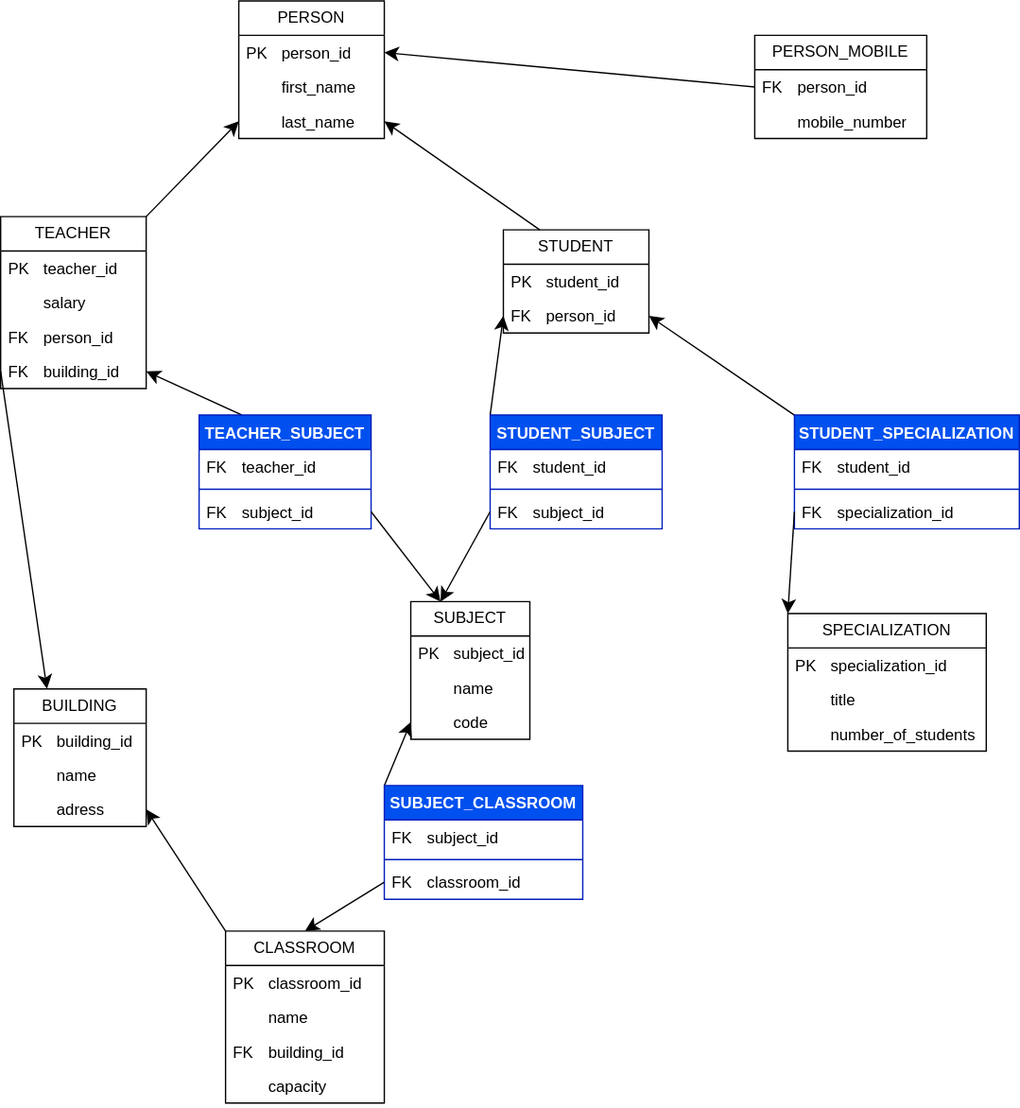
Before: NPRG036-T3G1-HW4/model/relational.svg, a diagram exported from draw.io (Reblexis/datove-formaty). Source tidied: cells renumbered, new cells last; positions are measured from the earlier drawing's top-left corner, leaving out a move shared by most shapes.
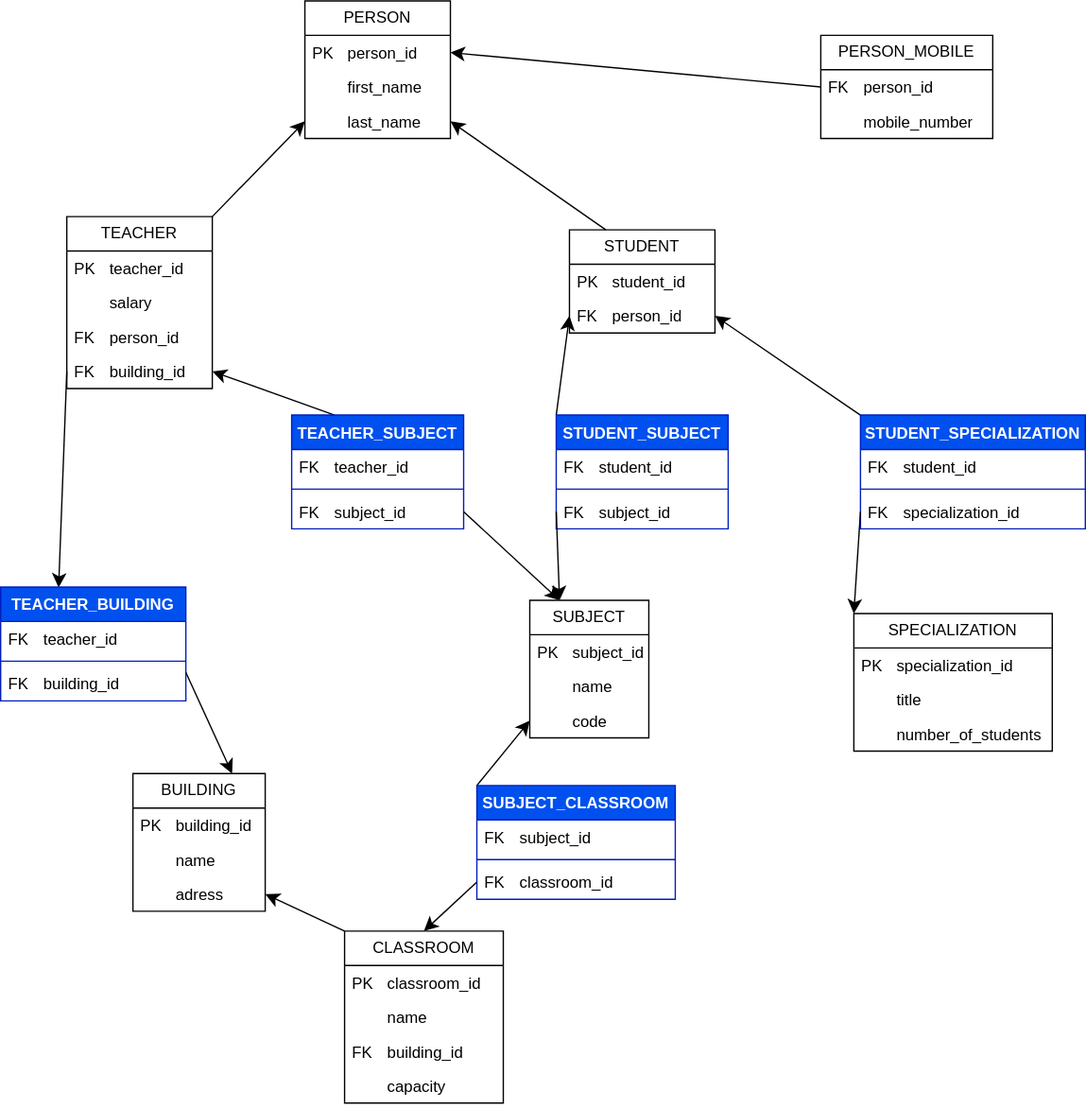
After the commit.

Commit message:
uprava modelu

The edit, as a diff of the source:
```diff
@@ -48,7 +48,7 @@
       <mxGeometry y="78" width="110" height="26" as="geometry" />
     </mxCell>
     <mxCell id="17" value="SUBJECT" style="swimlane;fontStyle=0;horizontal=1;startSize=26;fillColor=none;whiteSpace=wrap;html=1;" parent="1" vertex="1">
-      <mxGeometry x="310" y="454" width="90" height="104" as="geometry" />
+      <mxGeometry x="350" y="453" width="90" height="104" as="geometry" />
     </mxCell>
     <mxCell id="18" value="PK&lt;span style=&quot;white-space: pre;&quot;&gt;&#9;&lt;/span&gt;subject_id" style="text;strokeColor=none;fillColor=none;align=left;verticalAlign=top;spacingLeft=4;spacingRight=4;overflow=hidden;whiteSpace=wrap;html=1;" parent="17" vertex="1">
       <mxGeometry y="26" width="90" height="26" as="geometry" />
@@ -69,7 +69,7 @@
       <mxGeometry y="52" width="130" height="26" as="geometry" />
     </mxCell>
     <mxCell id="24" value="BUILDING" style="swimlane;fontStyle=0;horizontal=1;startSize=26;fillColor=none;whiteSpace=wrap;html=1;" parent="1" vertex="1">
-      <mxGeometry x="10" y="520" width="100" height="104" as="geometry" />
+      <mxGeometry x="50" y="584" width="100" height="104" as="geometry" />
     </mxCell>
     <mxCell id="25" value="PK&lt;span style=&quot;white-space: pre;&quot;&gt;&#9;&lt;/span&gt;building_id" style="text;strokeColor=none;fillColor=none;align=left;verticalAlign=top;spacingLeft=4;spacingRight=4;overflow=hidden;whiteSpace=wrap;html=1;" parent="24" vertex="1">
       <mxGeometry y="26" width="100" height="26" as="geometry" />
@@ -96,7 +96,7 @@
       <mxGeometry relative="1" as="geometry" />
     </mxCell>
     <mxCell id="33" value="CLASSROOM" style="swimlane;fontStyle=0;horizontal=1;startSize=26;fillColor=none;whiteSpace=wrap;html=1;" parent="1" vertex="1">
-      <mxGeometry x="170" y="703" width="120" height="130" as="geometry" />
+      <mxGeometry x="210" y="703" width="120" height="130" as="geometry" />
     </mxCell>
     <mxCell id="34" value="PK&lt;span style=&quot;white-space: pre;&quot;&gt;&#9;&lt;/span&gt;classroom_id" style="text;strokeColor=none;fillColor=none;align=left;verticalAlign=top;spacingLeft=4;spacingRight=4;overflow=hidden;whiteSpace=wrap;html=1;" parent="33" vertex="1">
       <mxGeometry y="26" width="120" height="26" as="geometry" />
@@ -129,7 +129,7 @@
       <mxGeometry relative="1" as="geometry" />
     </mxCell>
     <mxCell id="44" value="TEACHER_SUBJECT" style="swimlane;fontStyle=1;align=center;verticalAlign=top;horizontal=1;startSize=26;whiteSpace=wrap;html=1;fillColor=#0050ef;fontColor=#ffffff;strokeColor=#001DBC;" parent="1" vertex="1">
-      <mxGeometry x="150" y="313" width="130" height="86" as="geometry" />
+      <mxGeometry x="170" y="313" width="130" height="86" as="geometry" />
     </mxCell>
     <mxCell id="45" value="FK&lt;span style=&quot;white-space: pre;&quot;&gt;&#9;&lt;/span&gt;teacher_id" style="text;strokeColor=none;fillColor=none;align=left;verticalAlign=top;spacingLeft=4;spacingRight=4;overflow=hidden;whiteSpace=wrap;html=1;" parent="44" vertex="1">
       <mxGeometry y="26" width="130" height="26" as="geometry" />
@@ -144,7 +144,7 @@
       <mxGeometry relative="1" as="geometry" />
     </mxCell>
     <mxCell id="49" value="SUBJECT_CLASSROOM" style="swimlane;fontStyle=1;align=center;verticalAlign=top;horizontal=1;startSize=26;whiteSpace=wrap;html=1;fillColor=#0050ef;fontColor=#ffffff;strokeColor=#001DBC;" parent="1" vertex="1">
-      <mxGeometry x="290" y="593" width="150" height="86" as="geometry" />
+      <mxGeometry x="310" y="593" width="150" height="86" as="geometry" />
     </mxCell>
     <mxCell id="50" value="FK&lt;span style=&quot;white-space: pre;&quot;&gt;&#9;&lt;/span&gt;subject_id" style="text;strokeColor=none;fillColor=none;align=left;verticalAlign=top;spacingLeft=4;spacingRight=4;overflow=hidden;whiteSpace=wrap;html=1;" parent="49" vertex="1">
       <mxGeometry y="26" width="150" height="26" as="geometry" />
@@ -185,8 +185,26 @@
     <mxCell id="62" style="edgeStyle=none;curved=1;rounded=0;jettySize=auto;html=1;exitX=0;exitY=0.5;exitDx=0;exitDy=0;entryX=0.5;entryY=0;entryDx=0;entryDy=0;fontSize=12;startSize=8;endSize=8;" parent="1" edge="1" source="52" target="33">
       <mxGeometry relative="1" as="geometry" />
     </mxCell>
-    <mxCell id="63" style="edgeStyle=none;curved=1;rounded=0;jettySize=auto;html=1;exitX=0;exitY=0.5;exitDx=0;exitDy=0;entryX=0.25;entryY=0;entryDx=0;entryDy=0;fontSize=12;startSize=8;endSize=8;" parent="1" edge="1" source="7" target="24">
+    <mxCell id="63" style="edgeStyle=none;curved=1;rounded=0;jettySize=auto;html=1;exitX=0;exitY=0.5;exitDx=0;exitDy=0;entryX=0.313;entryY=0.005;entryDx=0;entryDy=0;fontSize=12;startSize=8;endSize=8;entryPerimeter=0;" parent="1" edge="1" source="7" target="64">
       <mxGeometry relative="1" as="geometry" />
     </mxCell>
+    <mxCell id="64" value="TEACHER_BUILDING" style="swimlane;fontStyle=1;align=center;verticalAlign=top;horizontal=1;startSize=26;whiteSpace=wrap;html=1;fillColor=#0050ef;fontColor=#ffffff;strokeColor=#001DBC;" parent="1" vertex="1">
+      <mxGeometry x="-50" y="443" width="140" height="86" as="geometry" />
+    </mxCell>
+    <mxCell id="65" value="FK&amp;nbsp;&lt;span style=&quot;white-space: pre;&quot;&gt;&#9;&lt;/span&gt;teacher_id" style="text;strokeColor=none;fillColor=none;align=left;verticalAlign=top;spacingLeft=4;spacingRight=4;overflow=hidden;points=[[0,0.5],[1,0.5]];portConstraint=eastwest;whiteSpace=wrap;html=1;" parent="64" vertex="1">
+      <mxGeometry y="26" width="140" height="26" as="geometry" />
+    </mxCell>
+    <mxCell id="66" style="line;strokeWidth=1;fillColor=none;align=left;verticalAlign=middle;spacingTop=-1;spacingLeft=3;spacingRight=3;labelPosition=right;strokeColor=inherit;" parent="64" vertex="1">
+      <mxGeometry y="52" width="140" height="8" as="geometry" />
+    </mxCell>
+    <mxCell id="67" value="FK&amp;nbsp;&lt;span style=&quot;white-space: pre;&quot;&gt;&#9;&lt;/span&gt;building_id" style="text;strokeColor=none;fillColor=none;align=left;verticalAlign=top;spacingLeft=4;spacingRight=4;overflow=hidden;whiteSpace=wrap;html=1;" parent="64" vertex="1">
+      <mxGeometry y="60" width="140" height="26" as="geometry" />
+    </mxCell>
+    <mxCell id="68" style="edgeStyle=orthogonalEdgeStyle;rounded=0;orthogonalLoop=1;jettySize=auto;html=1;exitX=1;exitY=0.5;exitDx=0;exitDy=0;" parent="64" edge="1" source="65" target="65">
+      <mxGeometry relative="1" as="geometry" />
+    </mxCell>
+    <mxCell id="69" style="edgeStyle=none;curved=1;rounded=0;jettySize=auto;html=1;exitX=1;exitY=0.75;exitDx=0;exitDy=0;entryX=0.75;entryY=0;entryDx=0;entryDy=0;fontSize=12;startSize=8;endSize=8;" parent="1" edge="1" source="64" target="24">
+      <mxGeometry relative="1" as="geometry" />
+    </mxCell>
   </root>
 </mxGraphModel>
```
